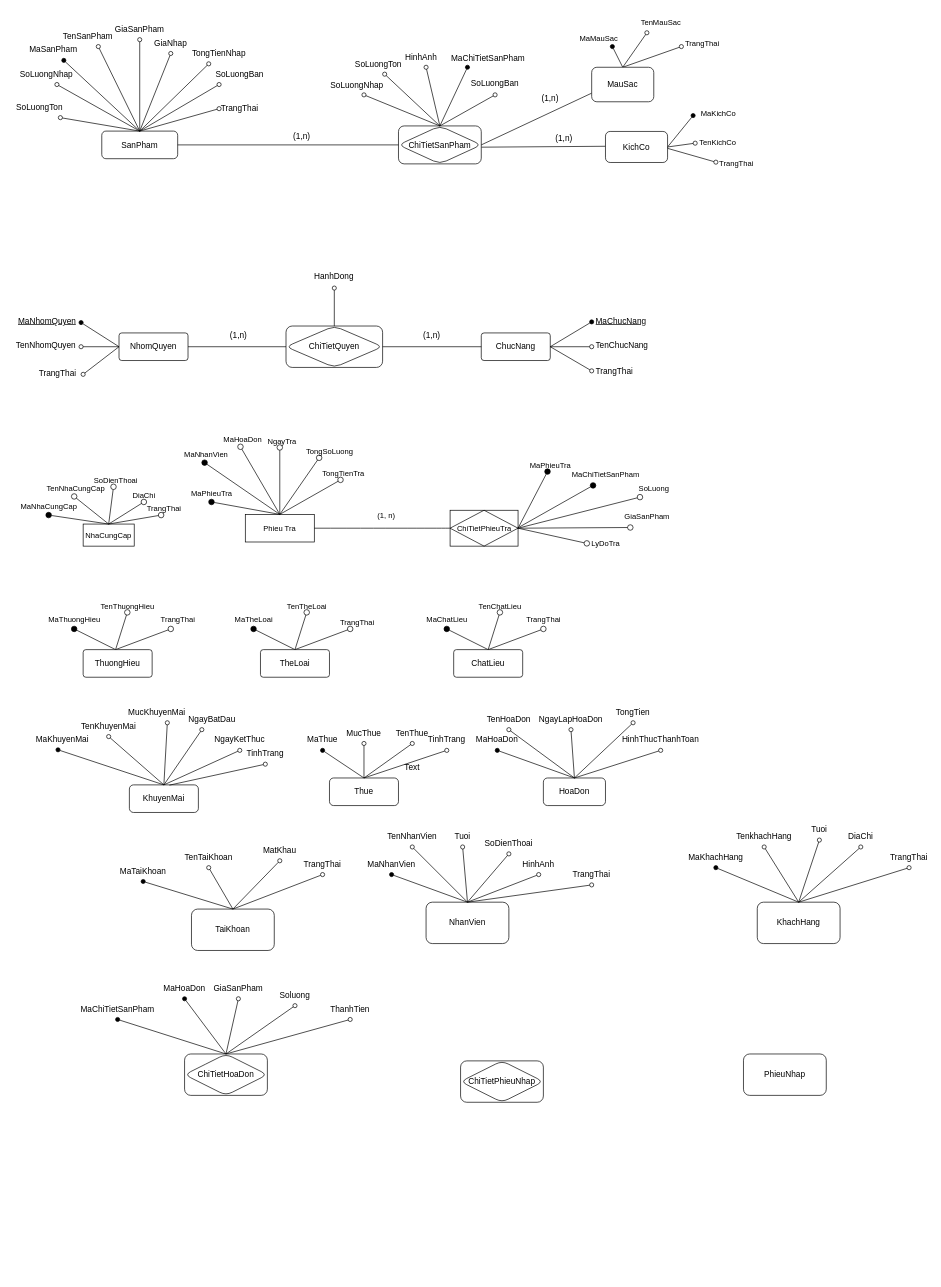
Before: ERD.drawio in maivantai2003/SportStoreManager, a draw.io diagram. Source tidied: cells renumbered, new cells numbered last; positions are measured from the earlier drawing's top-left corner, leaving out a move shared by most shapes. Both pictures are drawn from the tidied source at 69%, with x=0, y=0 at pixel (12, 12).
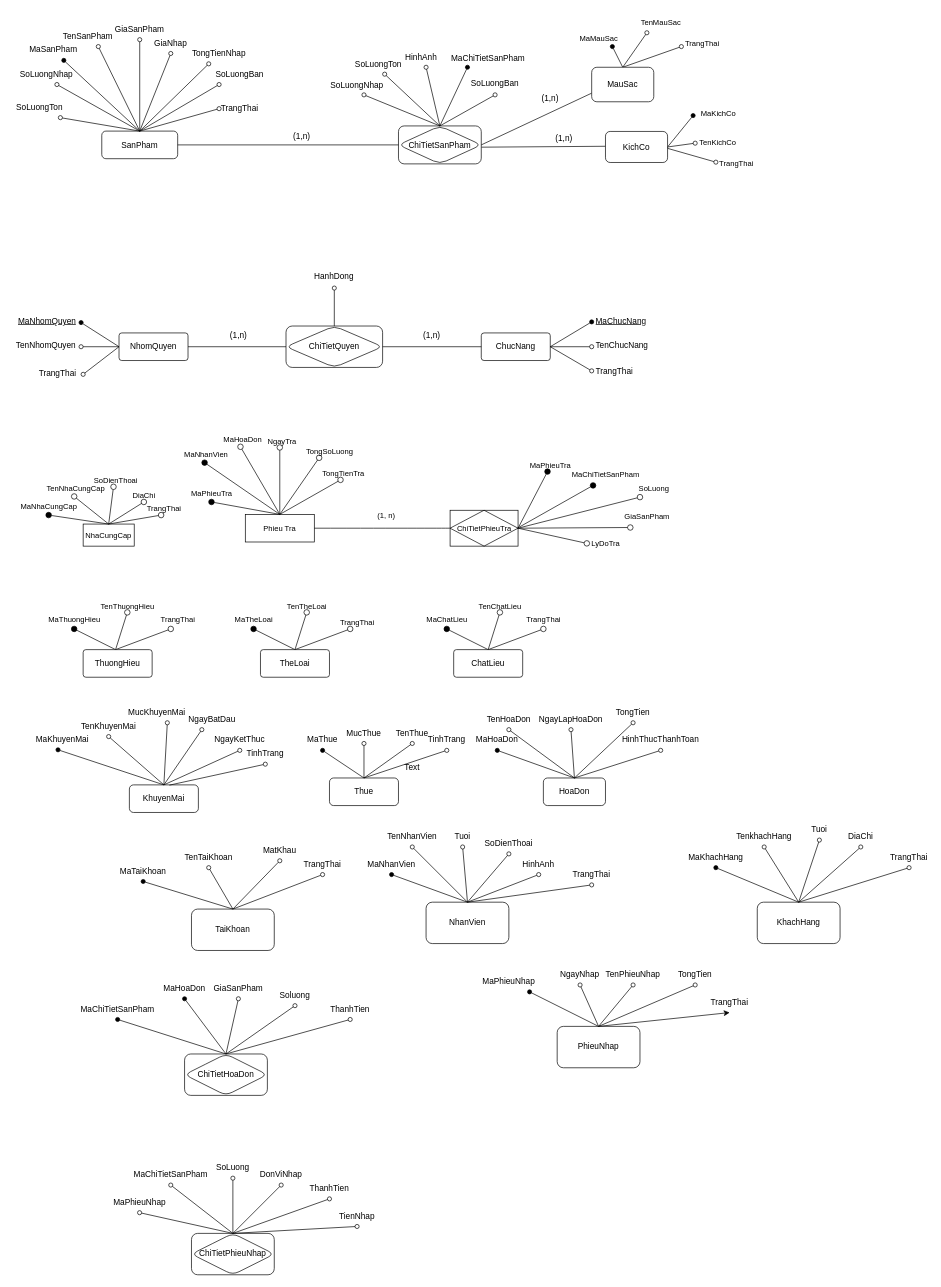
Above is the later version.

Commit message (it also covers changes not shown here):
Cập nhật ERD.drawio

Diff of the diagram source:
```diff
@@
     <mxCell id="145" value="PhieuNhap" style="rounded=1;whiteSpace=wrap;html=1;" parent="1" vertex="1">
-      <mxGeometry x="1060" y="1510" width="120" height="60" as="geometry" />
+      <mxGeometry x="790" y="1470" width="120" height="60" as="geometry" />
     </mxCell>
@@
     <mxCell id="178" style="rounded=1;whiteSpace=wrap;html=1;" parent="1" vertex="1">
-      <mxGeometry x="650" y="1520" width="120" height="60" as="geometry" />
+      <mxGeometry x="260" y="1770" width="120" height="60" as="geometry" />
     </mxCell>
     <mxCell id="179" value="ChiTietPhieuNhap" style="rhombus;whiteSpace=wrap;html=1;rounded=1;" parent="1" vertex="1">
-      <mxGeometry x="650" y="1520" width="120" height="60" as="geometry" />
+      <mxGeometry x="260" y="1770" width="120" height="60" as="geometry" />
     </mxCell>
@@
+    <mxCell id="190" value="MaPhieuNhap" style="text;html=1;strokeColor=none;fillColor=none;align=center;verticalAlign=middle;whiteSpace=wrap;rounded=0;" parent="1" vertex="1">
+      <mxGeometry x="154.8" y="1710" width="60" height="30" as="geometry" />
+    </mxCell>
+    <mxCell id="191" style="endArrow=oval;html=1;rounded=0;exitX=0.5;exitY=0;exitDx=0;exitDy=0;entryX=0.5;entryY=1;entryDx=0;entryDy=0;endFill=0;" parent="1" edge="1" source="179" target="190">
+      <mxGeometry relative="1" as="geometry" />
+    </mxCell>
+    <mxCell id="192" style="endArrow=oval;html=1;rounded=0;exitX=0.5;exitY=0;exitDx=0;exitDy=0;endFill=0;entryX=0.5;entryY=1;entryDx=0;entryDy=0;" parent="1" edge="1" source="178" target="193">
+      <mxGeometry relative="1" as="geometry" />
+    </mxCell>
+    <mxCell id="193" value="MaChiTietSanPham" style="text;html=1;strokeColor=none;fillColor=none;align=center;verticalAlign=middle;whiteSpace=wrap;rounded=0;" parent="1" vertex="1">
+      <mxGeometry x="200" y="1670" width="60" height="30" as="geometry" />
+    </mxCell>
+    <mxCell id="194" style="endArrow=oval;html=1;rounded=0;exitX=0.5;exitY=0;exitDx=0;exitDy=0;entryX=0.5;entryY=1;entryDx=0;entryDy=0;endFill=0;" parent="1" edge="1" source="179" target="195">
+      <mxGeometry relative="1" as="geometry" />
+    </mxCell>
+    <mxCell id="195" value="SoLuong" style="text;html=1;strokeColor=none;fillColor=none;align=center;verticalAlign=middle;whiteSpace=wrap;rounded=0;" parent="1" vertex="1">
+      <mxGeometry x="290" y="1660" width="60" height="30" as="geometry" />
+    </mxCell>
+    <mxCell id="196" style="endArrow=oval;html=1;rounded=0;exitX=0.5;exitY=0;exitDx=0;exitDy=0;entryX=0.5;entryY=1;entryDx=0;entryDy=0;endFill=0;" parent="1" edge="1" source="179" target="197">
+      <mxGeometry relative="1" as="geometry" />
+    </mxCell>
+    <mxCell id="197" value="DonViNhap" style="text;html=1;strokeColor=none;fillColor=none;align=center;verticalAlign=middle;whiteSpace=wrap;rounded=0;" parent="1" vertex="1">
+      <mxGeometry x="360" y="1670" width="60" height="30" as="geometry" />
+    </mxCell>
+    <mxCell id="198" style="endArrow=oval;html=1;rounded=0;exitX=0.5;exitY=0;exitDx=0;exitDy=0;entryX=0.5;entryY=1;entryDx=0;entryDy=0;endFill=0;" parent="1" edge="1" source="179" target="199">
+      <mxGeometry relative="1" as="geometry" />
+    </mxCell>
+    <mxCell id="199" value="ThanhTien" style="text;html=1;strokeColor=none;fillColor=none;align=center;verticalAlign=middle;whiteSpace=wrap;rounded=0;" parent="1" vertex="1">
+      <mxGeometry x="430" y="1690" width="60" height="30" as="geometry" />
+    </mxCell>
+    <mxCell id="200" value="TienNhap" style="text;html=1;strokeColor=none;fillColor=none;align=center;verticalAlign=middle;whiteSpace=wrap;rounded=0;" parent="1" vertex="1">
+      <mxGeometry x="470" y="1730" width="60" height="30" as="geometry" />
+    </mxCell>
+    <mxCell id="201" style="endArrow=oval;html=1;rounded=0;exitX=0.5;exitY=0;exitDx=0;exitDy=0;entryX=0.5;entryY=1;entryDx=0;entryDy=0;endFill=0;" parent="1" edge="1" source="179" target="200">
+      <mxGeometry relative="1" as="geometry" />
+    </mxCell>
+    <mxCell id="202" style="endArrow=oval;html=1;rounded=0;exitX=0.5;exitY=0;exitDx=0;exitDy=0;endFill=1;" parent="1" edge="1" source="145" target="203">
+      <mxGeometry relative="1" as="geometry" />
+    </mxCell>
+    <mxCell id="203" value="MaPhieuNhap" style="text;html=1;strokeColor=none;fillColor=none;align=center;verticalAlign=middle;whiteSpace=wrap;rounded=0;" parent="1" vertex="1">
+      <mxGeometry x="690" y="1390" width="60" height="30" as="geometry" />
+    </mxCell>
+    <mxCell id="204" value="NgayNhap" style="text;html=1;strokeColor=none;fillColor=none;align=center;verticalAlign=middle;whiteSpace=wrap;rounded=0;" parent="1" vertex="1">
+      <mxGeometry x="793.2" y="1380" width="60" height="30" as="geometry" />
+    </mxCell>
+    <mxCell id="205" style="endArrow=oval;html=1;rounded=0;exitX=0.5;exitY=0;exitDx=0;exitDy=0;entryX=0.5;entryY=1;entryDx=0;entryDy=0;endFill=0;" parent="1" edge="1" source="145" target="204">
+      <mxGeometry relative="1" as="geometry" />
+    </mxCell>
+    <mxCell id="206" value="TenPhieuNhap" style="text;html=1;strokeColor=none;fillColor=none;align=center;verticalAlign=middle;whiteSpace=wrap;rounded=0;" parent="1" vertex="1">
+      <mxGeometry x="870" y="1380" width="60" height="30" as="geometry" />
+    </mxCell>
+    <mxCell id="207" style="endArrow=oval;html=1;rounded=0;exitX=0.5;exitY=0;exitDx=0;exitDy=0;entryX=0.5;entryY=1;entryDx=0;entryDy=0;endFill=0;" parent="1" edge="1" source="145" target="206">
+      <mxGeometry relative="1" as="geometry" />
+    </mxCell>
+    <mxCell id="208" value="TongTien" style="text;html=1;strokeColor=none;fillColor=none;align=center;verticalAlign=middle;whiteSpace=wrap;rounded=0;" parent="1" vertex="1">
+      <mxGeometry x="960" y="1380" width="60" height="30" as="geometry" />
+    </mxCell>
+    <mxCell id="209" style="endArrow=oval;html=1;rounded=0;exitX=0.5;exitY=0;exitDx=0;exitDy=0;entryX=0.5;entryY=1;entryDx=0;entryDy=0;endFill=0;" parent="1" edge="1" source="145" target="208">
+      <mxGeometry relative="1" as="geometry" />
+    </mxCell>
+    <mxCell id="210" value="TrangThai" style="text;html=1;strokeColor=none;fillColor=none;align=center;verticalAlign=middle;whiteSpace=wrap;rounded=0;" parent="1" vertex="1">
+      <mxGeometry x="1010" y="1420" width="60" height="30" as="geometry" />
+    </mxCell>
+    <mxCell id="211" style="endArrow=classic;html=1;rounded=0;exitX=0.5;exitY=0;exitDx=0;exitDy=0;entryX=0.5;entryY=1;entryDx=0;entryDy=0;" parent="1" edge="1" source="145" target="210">
+      <mxGeometry relative="1" as="geometry" />
+    </mxCell>
```
